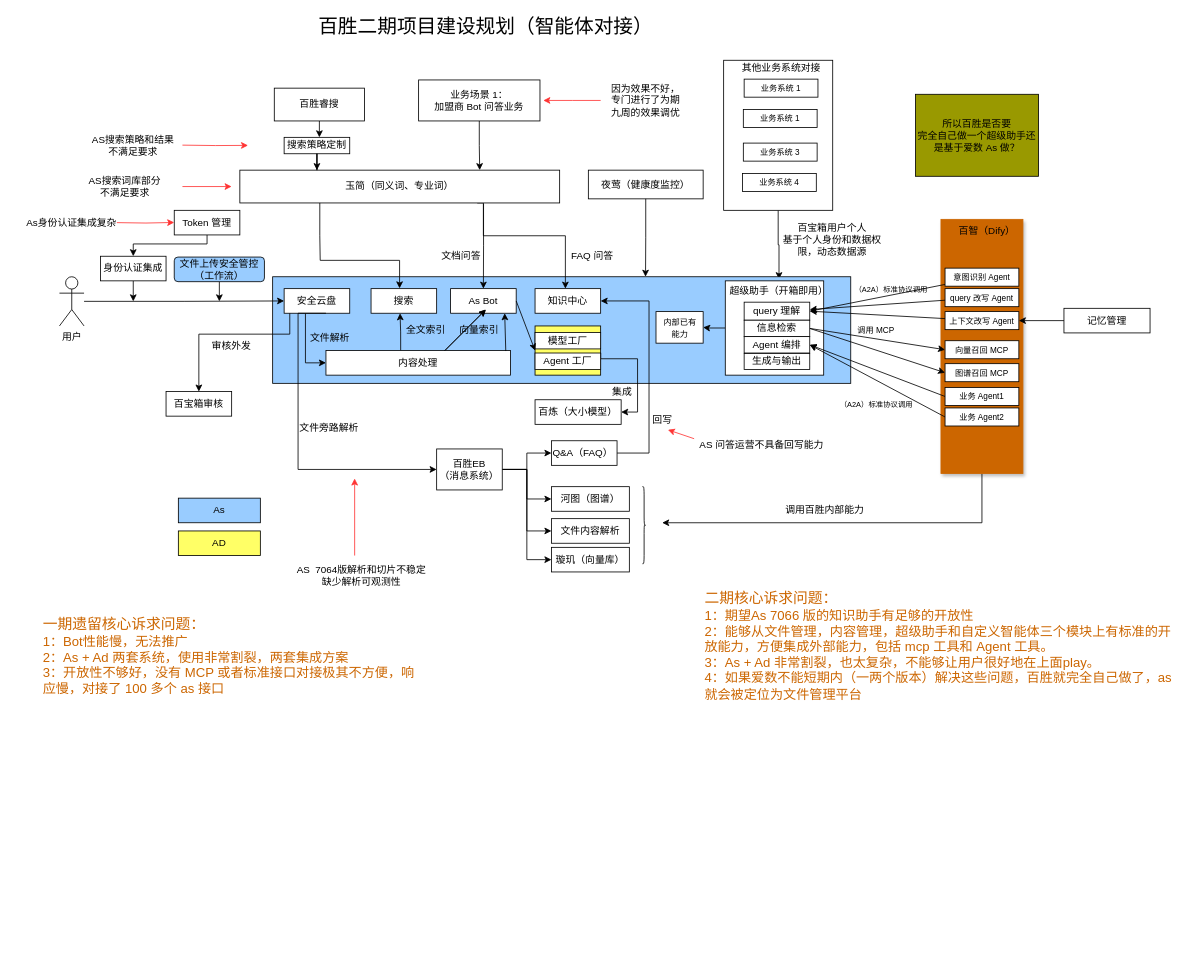
Above: 百胜二期建设平台.drawio in redpoppet/drawio_hub (draw.io), before the change. Source tidied: cells renumbered, new cells numbered last; positions are measured from the earlier drawing's top-left corner, leaving out a move shared by most shapes. Both pictures are drawn from the tidied source at 82%, with x=0, y=0 at pixel (14, 14).
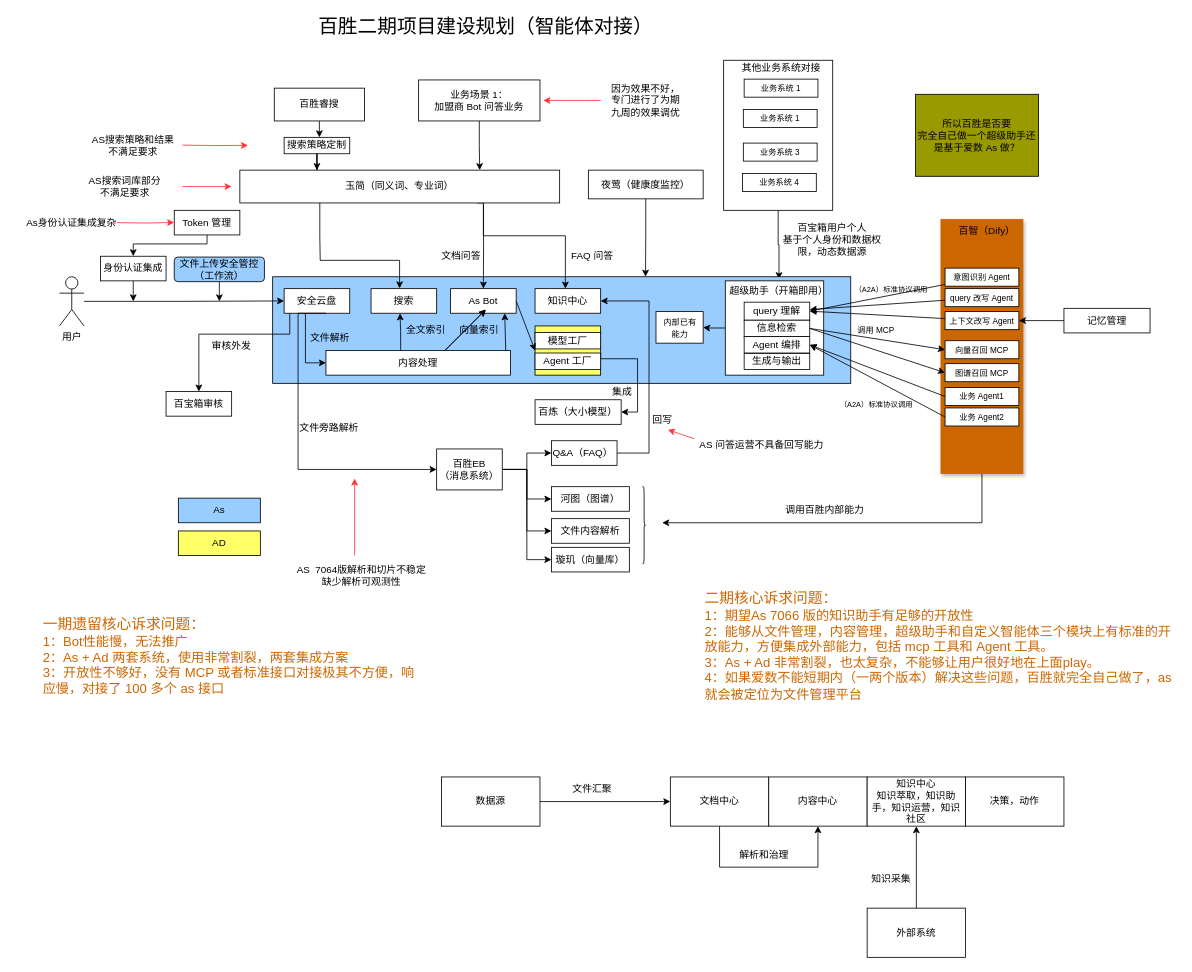
The same diagram, later.

Commit message:
更新百胜二期建设平台.drawio

The edit, as a diff of the source:
```diff
@@
+    <mxCell id="119" style="edgeStyle=orthogonalEdgeStyle;rounded=0;jettySize=auto;html=1;entryX=0.5;entryY=1;entryDx=0;entryDy=0;" parent="1" edge="1" source="120" target="121">
+      <mxGeometry relative="1" as="geometry">
+        <Array as="points">
+          <mxPoint x="860" y="1040" />
+          <mxPoint x="980" y="1040" />
+        </Array>
+      </mxGeometry>
+    </mxCell>
+    <mxCell id="120" value="文档中心" style="rounded=0;whiteSpace=wrap;html=1;" parent="1" vertex="1">
+      <mxGeometry x="800" y="930" width="120" height="60" as="geometry" />
+    </mxCell>
+    <mxCell id="121" value="内容中心" style="rounded=0;whiteSpace=wrap;html=1;" parent="1" vertex="1">
+      <mxGeometry x="920" y="930" width="120" height="60" as="geometry" />
+    </mxCell>
+    <mxCell id="122" value="知识中心&lt;div&gt;知识萃取，知识助手，知识运营，知识社区&lt;/div&gt;" style="rounded=0;whiteSpace=wrap;html=1;" parent="1" vertex="1">
+      <mxGeometry x="1040" y="930" width="120" height="60" as="geometry" />
+    </mxCell>
+    <mxCell id="123" value="决策，动作" style="rounded=0;whiteSpace=wrap;html=1;" parent="1" vertex="1">
+      <mxGeometry x="1160" y="930" width="120" height="60" as="geometry" />
+    </mxCell>
+    <mxCell id="124" style="edgeStyle=orthogonalEdgeStyle;rounded=0;jettySize=auto;html=1;entryX=0;entryY=0.5;entryDx=0;entryDy=0;" parent="1" edge="1" source="125" target="120">
+      <mxGeometry relative="1" as="geometry" />
+    </mxCell>
+    <mxCell id="125" value="数据源" style="rounded=0;whiteSpace=wrap;html=1;" parent="1" vertex="1">
+      <mxGeometry x="521" y="930" width="120" height="60" as="geometry" />
+    </mxCell>
+    <mxCell id="126" value="文件汇聚" style="text;html=1;whiteSpace=wrap;strokeColor=none;fillColor=none;align=center;verticalAlign=middle;rounded=0;" parent="1" vertex="1">
+      <mxGeometry x="675" y="930" width="60" height="30" as="geometry" />
+    </mxCell>
+    <mxCell id="127" value="解析和治理" style="text;html=1;whiteSpace=wrap;strokeColor=none;fillColor=none;align=center;verticalAlign=middle;rounded=0;" parent="1" vertex="1">
+      <mxGeometry x="879" y="1010" width="71" height="30" as="geometry" />
+    </mxCell>
+    <mxCell id="128" style="edgeStyle=orthogonalEdgeStyle;rounded=0;jettySize=auto;html=1;" parent="1" edge="1" source="129" target="122">
+      <mxGeometry relative="1" as="geometry" />
+    </mxCell>
+    <mxCell id="129" value="外部系统" style="rounded=0;whiteSpace=wrap;html=1;" parent="1" vertex="1">
+      <mxGeometry x="1040" y="1090" width="120" height="60" as="geometry" />
+    </mxCell>
+    <mxCell id="130" value="知识采集" style="text;html=1;whiteSpace=wrap;strokeColor=none;fillColor=none;align=center;verticalAlign=middle;rounded=0;" parent="1" vertex="1">
+      <mxGeometry x="1034" y="1040" width="71" height="30" as="geometry" />
+    </mxCell>
```
